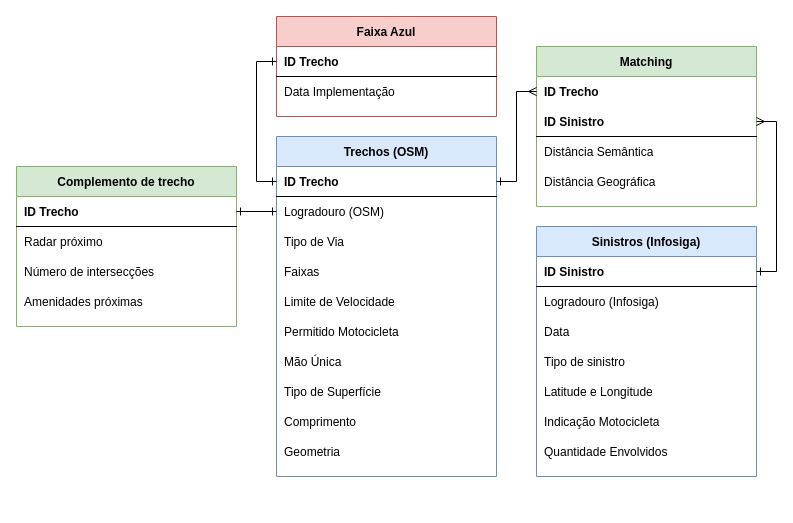
Above: auxiliares/diagramaER.drawio in gustavo-tm/faixa-azul (draw.io), before the change. Source tidied: cells renumbered, new cells numbered last; positions are measured from the earlier drawing's top-left corner, leaving out a move shared by most shapes. Both pictures are drawn from the tidied source at 100%, with x=0, y=0 at pixel (16, 16).
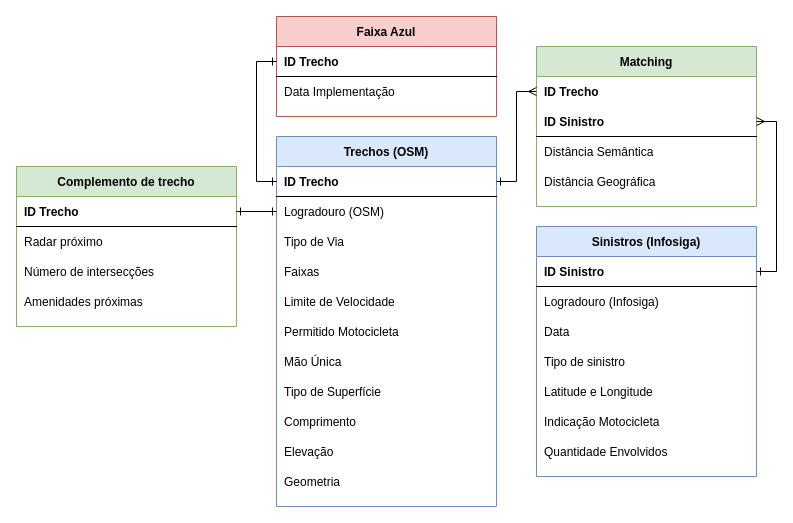
The same page after the edit.

Change to the diagram source:
```diff
@@
     <mxCell id="17" value="Trechos (OSM)" style="shape=table;startSize=30;childLayout=tableLayout;rowLines=0;fontStyle=1;align=center;fillColor=#dae8fc;strokeColor=#6c8ebf;" parent="1" vertex="1">
-      <mxGeometry x="260" y="120" width="220" height="340" as="geometry" />
+      <mxGeometry x="260" y="120" width="220" height="370" as="geometry" />
     </mxCell>
@@
+    <mxCell id="65" style="shape=partialRectangle;fillColor=none;top=0;left=0;right=0;bottom=0;" parent="17" vertex="1">
+      <mxGeometry y="300" width="220" height="30" as="geometry" />
+    </mxCell>
+    <mxCell id="66" value="Elevação" style="shape=partialRectangle;overflow=hidden;fillColor=none;top=0;left=0;bottom=0;right=0;align=left;spacingLeft=6;" parent="65" vertex="1">
+      <mxGeometry width="220" height="30" as="geometry" />
+    </mxCell>
     <mxCell id="36" style="shape=partialRectangle;fillColor=none;top=0;left=0;right=0;bottom=0;" parent="17" vertex="1">
-      <mxGeometry y="300" width="220" height="30" as="geometry" />
+      <mxGeometry y="330" width="220" height="30" as="geometry" />
     </mxCell>
```
